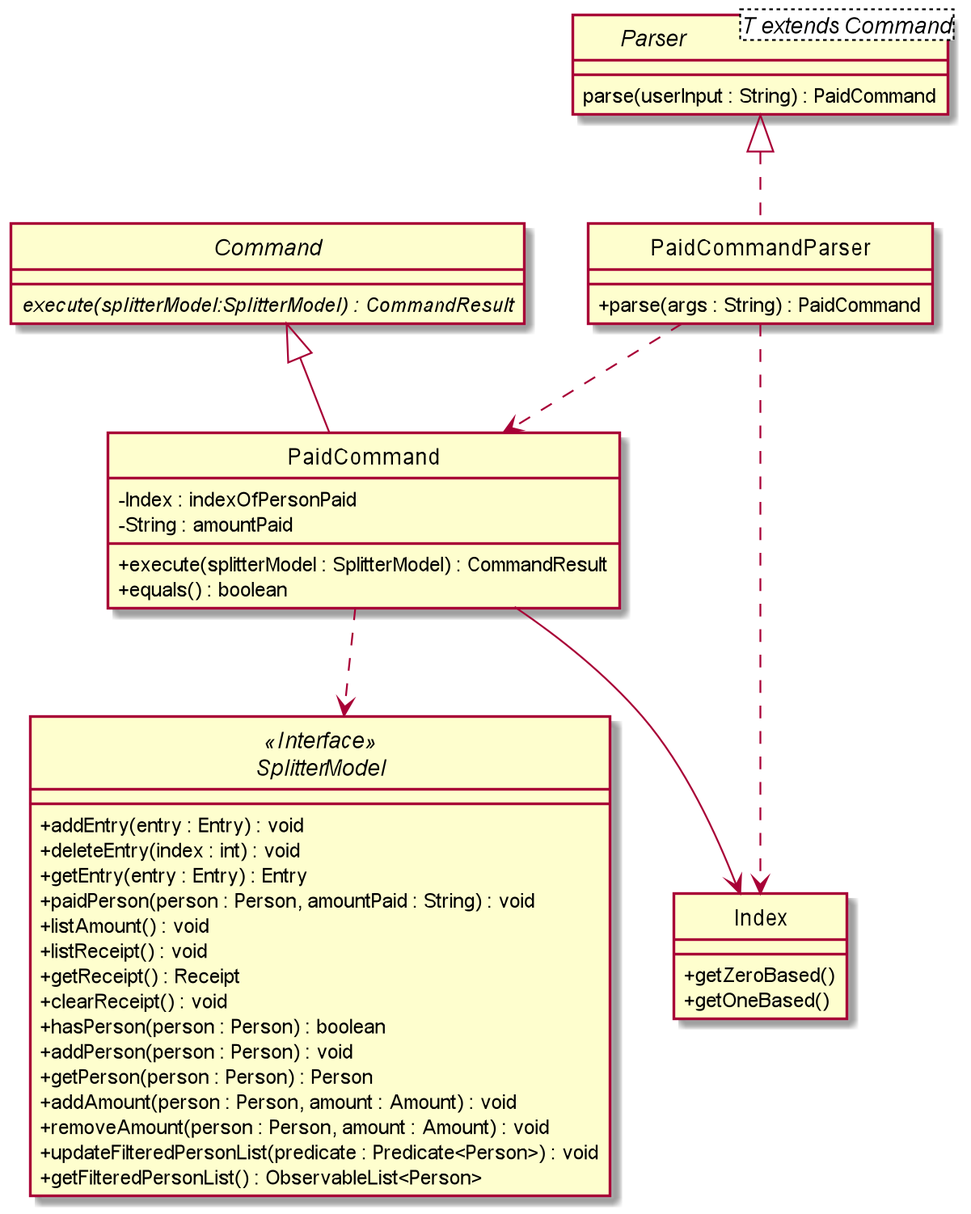
Above: images/ExpenseSplitterPaidCommandClassDiagram.png in AY1920S2-CS2103T-W13-1/main (PlantUML), before the change. Its diagram source:
```plantuml
@startuml

skinparam backgroundColor #ffffff
skinparam classAttributeIconSize 0
hide circle

class PaidCommandParser implements Parser {
    + parse(args : String) : PaidCommand
}

interface Parser<T extends Command> {
    parse(userInput : String) : PaidCommand
}

abstract class Command {
    {abstract} execute(splitterModel:SplitterModel) : CommandResult
}

class PaidCommand extends Command {
    - Index : indexOfPersonPaid
    - String : amountPaid

    + execute(splitterModel : SplitterModel) : CommandResult
    + equals() : boolean
}

interface SplitterModel <<Interface>> {
    + addEntry(entry : Entry) : void
    + deleteEntry(index : int) : void
    + getEntry(entry : Entry) : Entry
    + paidPerson(person : Person, amountPaid : String) : void
    + listAmount() : void
    + listReceipt() : void
    + getReceipt() : Receipt
    + clearReceipt() : void
    + hasPerson(person : Person) : boolean
    + addPerson(person : Person) : void
    + getPerson(person : Person) : Person
    + addAmount(person : Person, amount : Amount) : void
    + removeAmount(person : Person, amount : Amount) : void
    + updateFilteredPersonList(predicate : Predicate<Person>) : void
    + getFilteredPersonList() : ObservableList<Person>


}

class Index {
    + getZeroBased()
    + getOneBased()
}


PaidCommandParser ..> PaidCommand
PaidCommand ..> SplitterModel
PaidCommandParser ..> Index
PaidCommand --> Index

@enduml
```
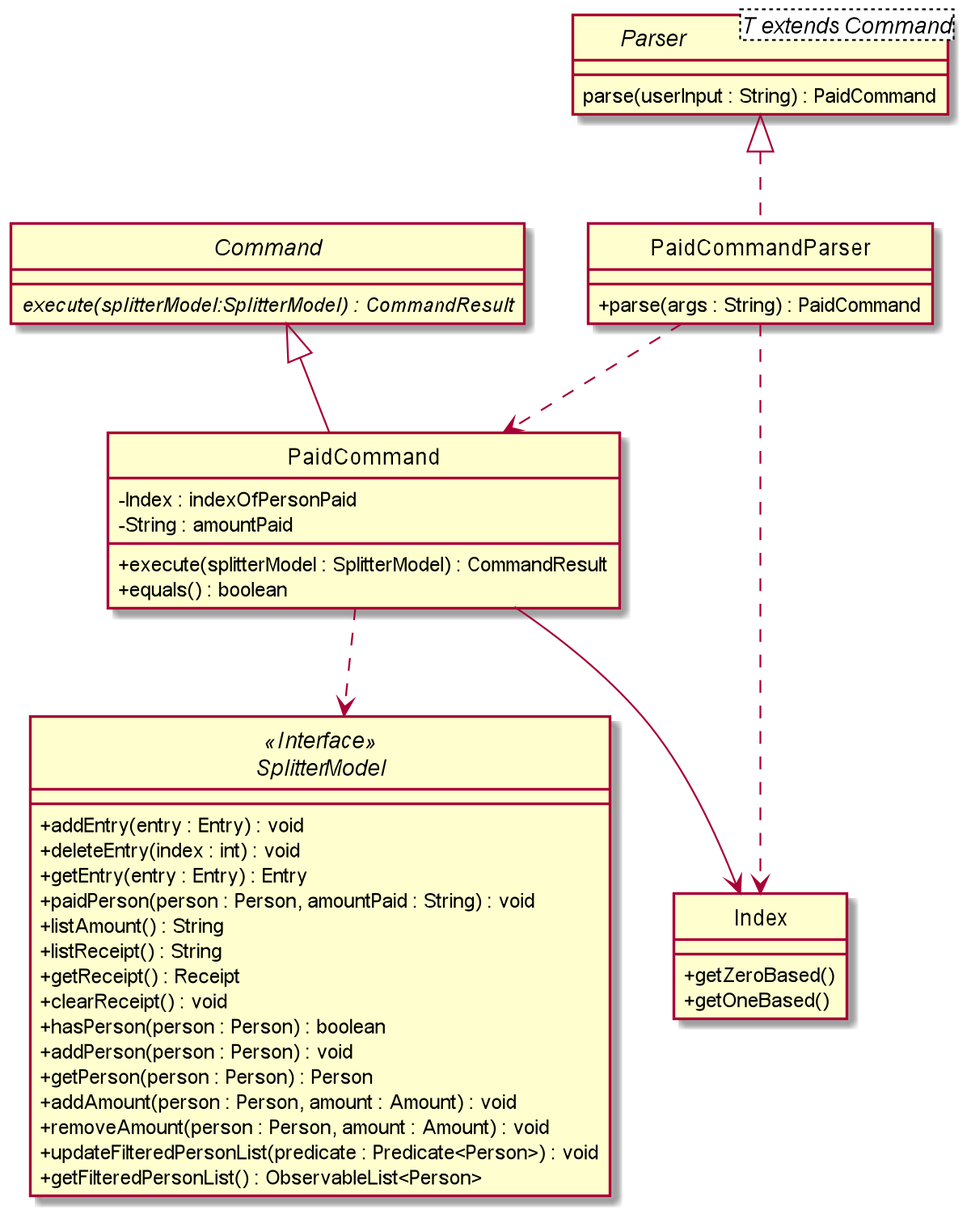
After the change.

Change to the diagram source:
```diff
@@ -29,8 +29,8 @@
     + deleteEntry(index : int) : void
     + getEntry(entry : Entry) : Entry
     + paidPerson(person : Person, amountPaid : String) : void
-    + listAmount() : void
-    + listReceipt() : void
+    + listAmount() : String
+    + listReceipt() : String
     + getReceipt() : Receipt
     + clearReceipt() : void
     + hasPerson(person : Person) : boolean
```
